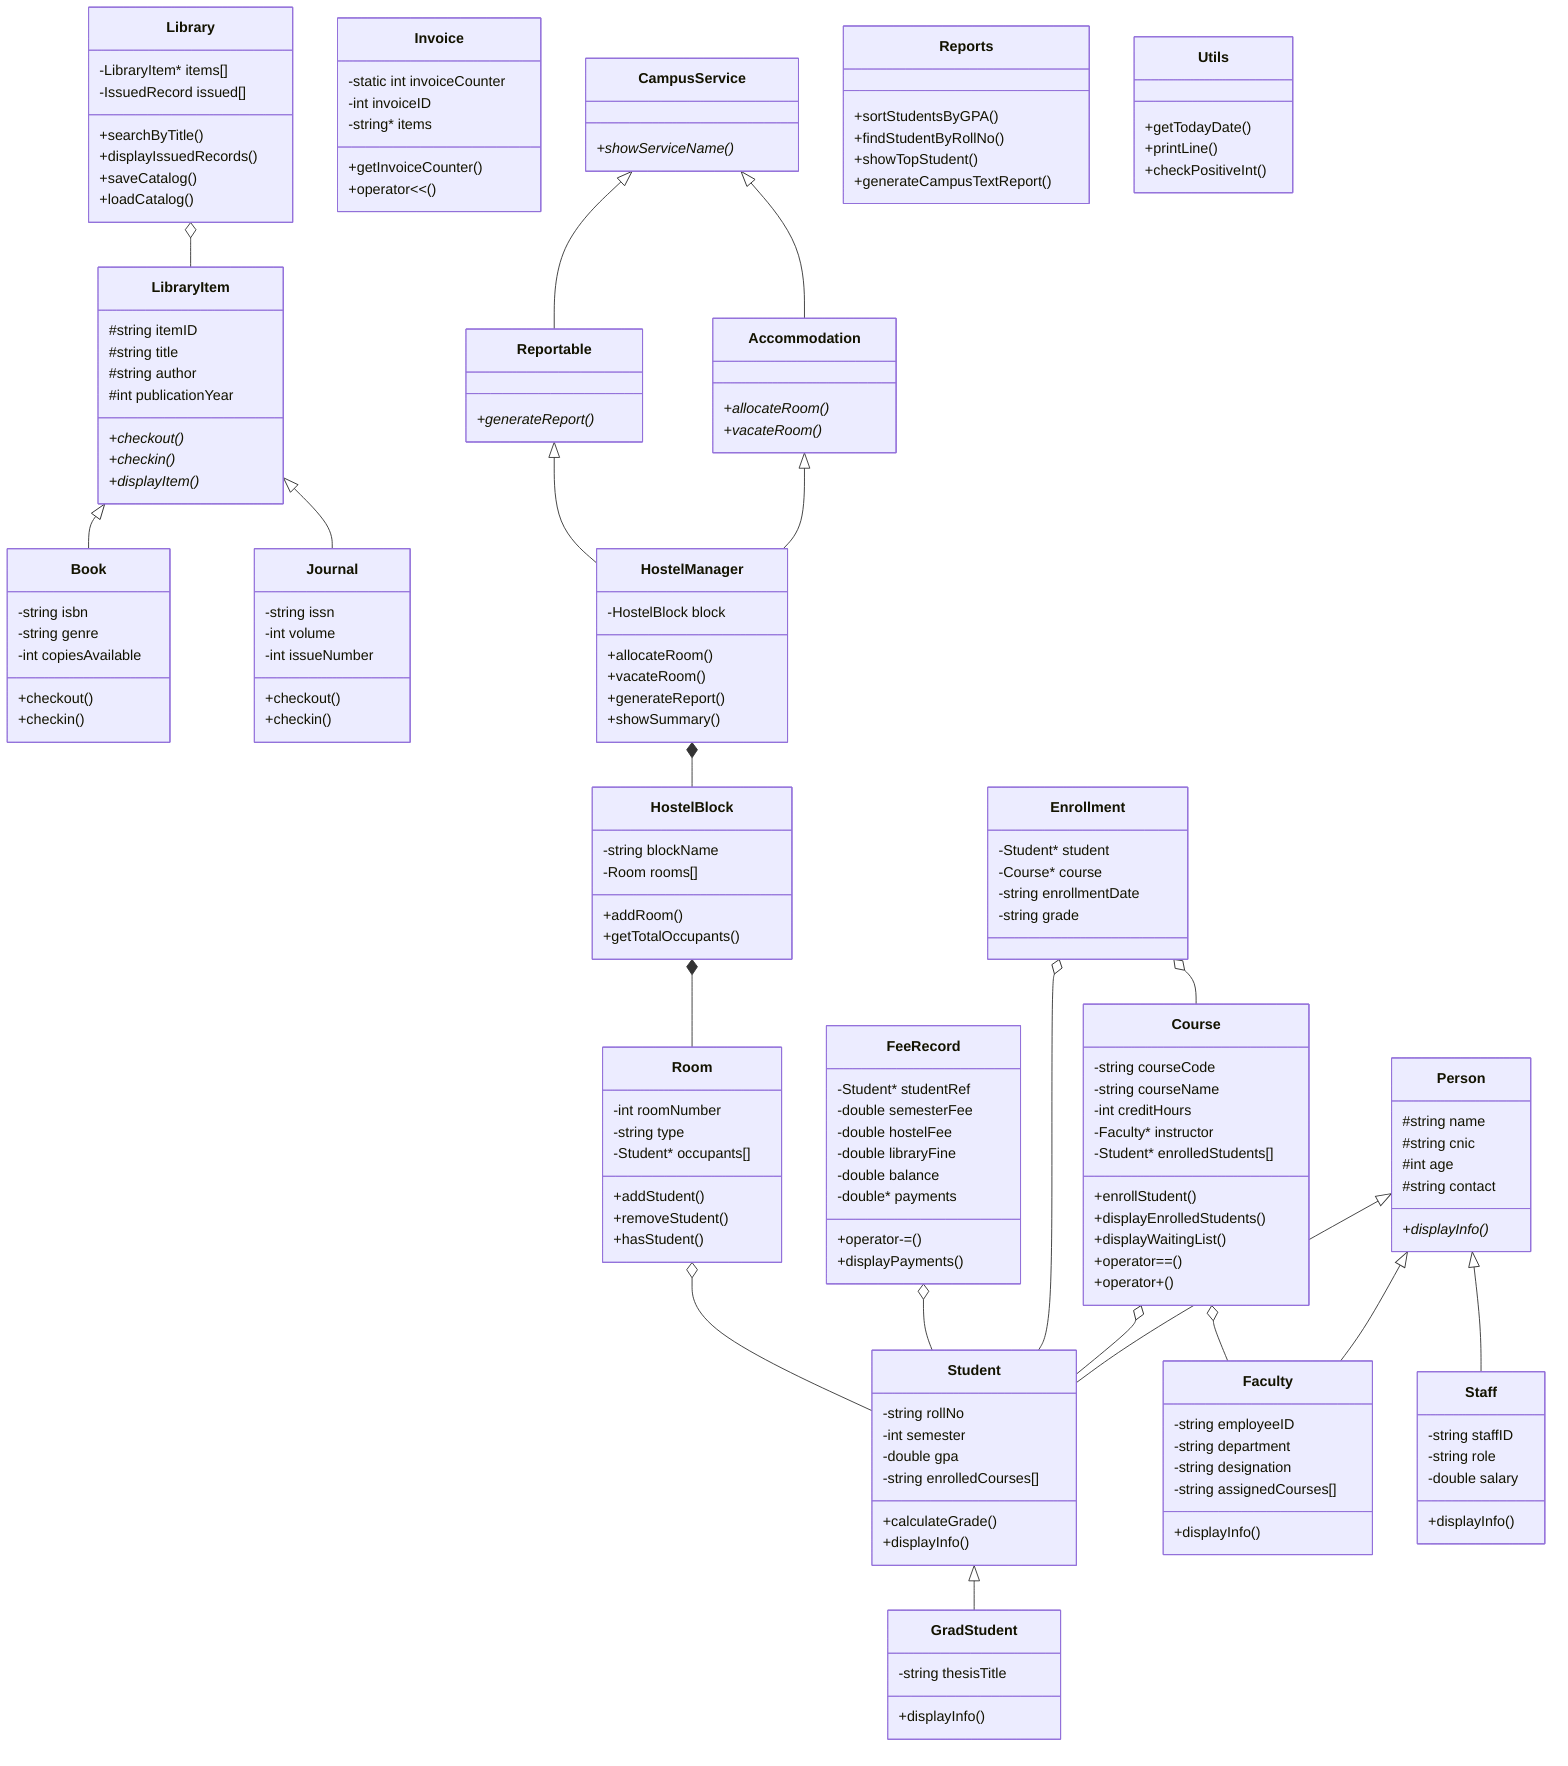
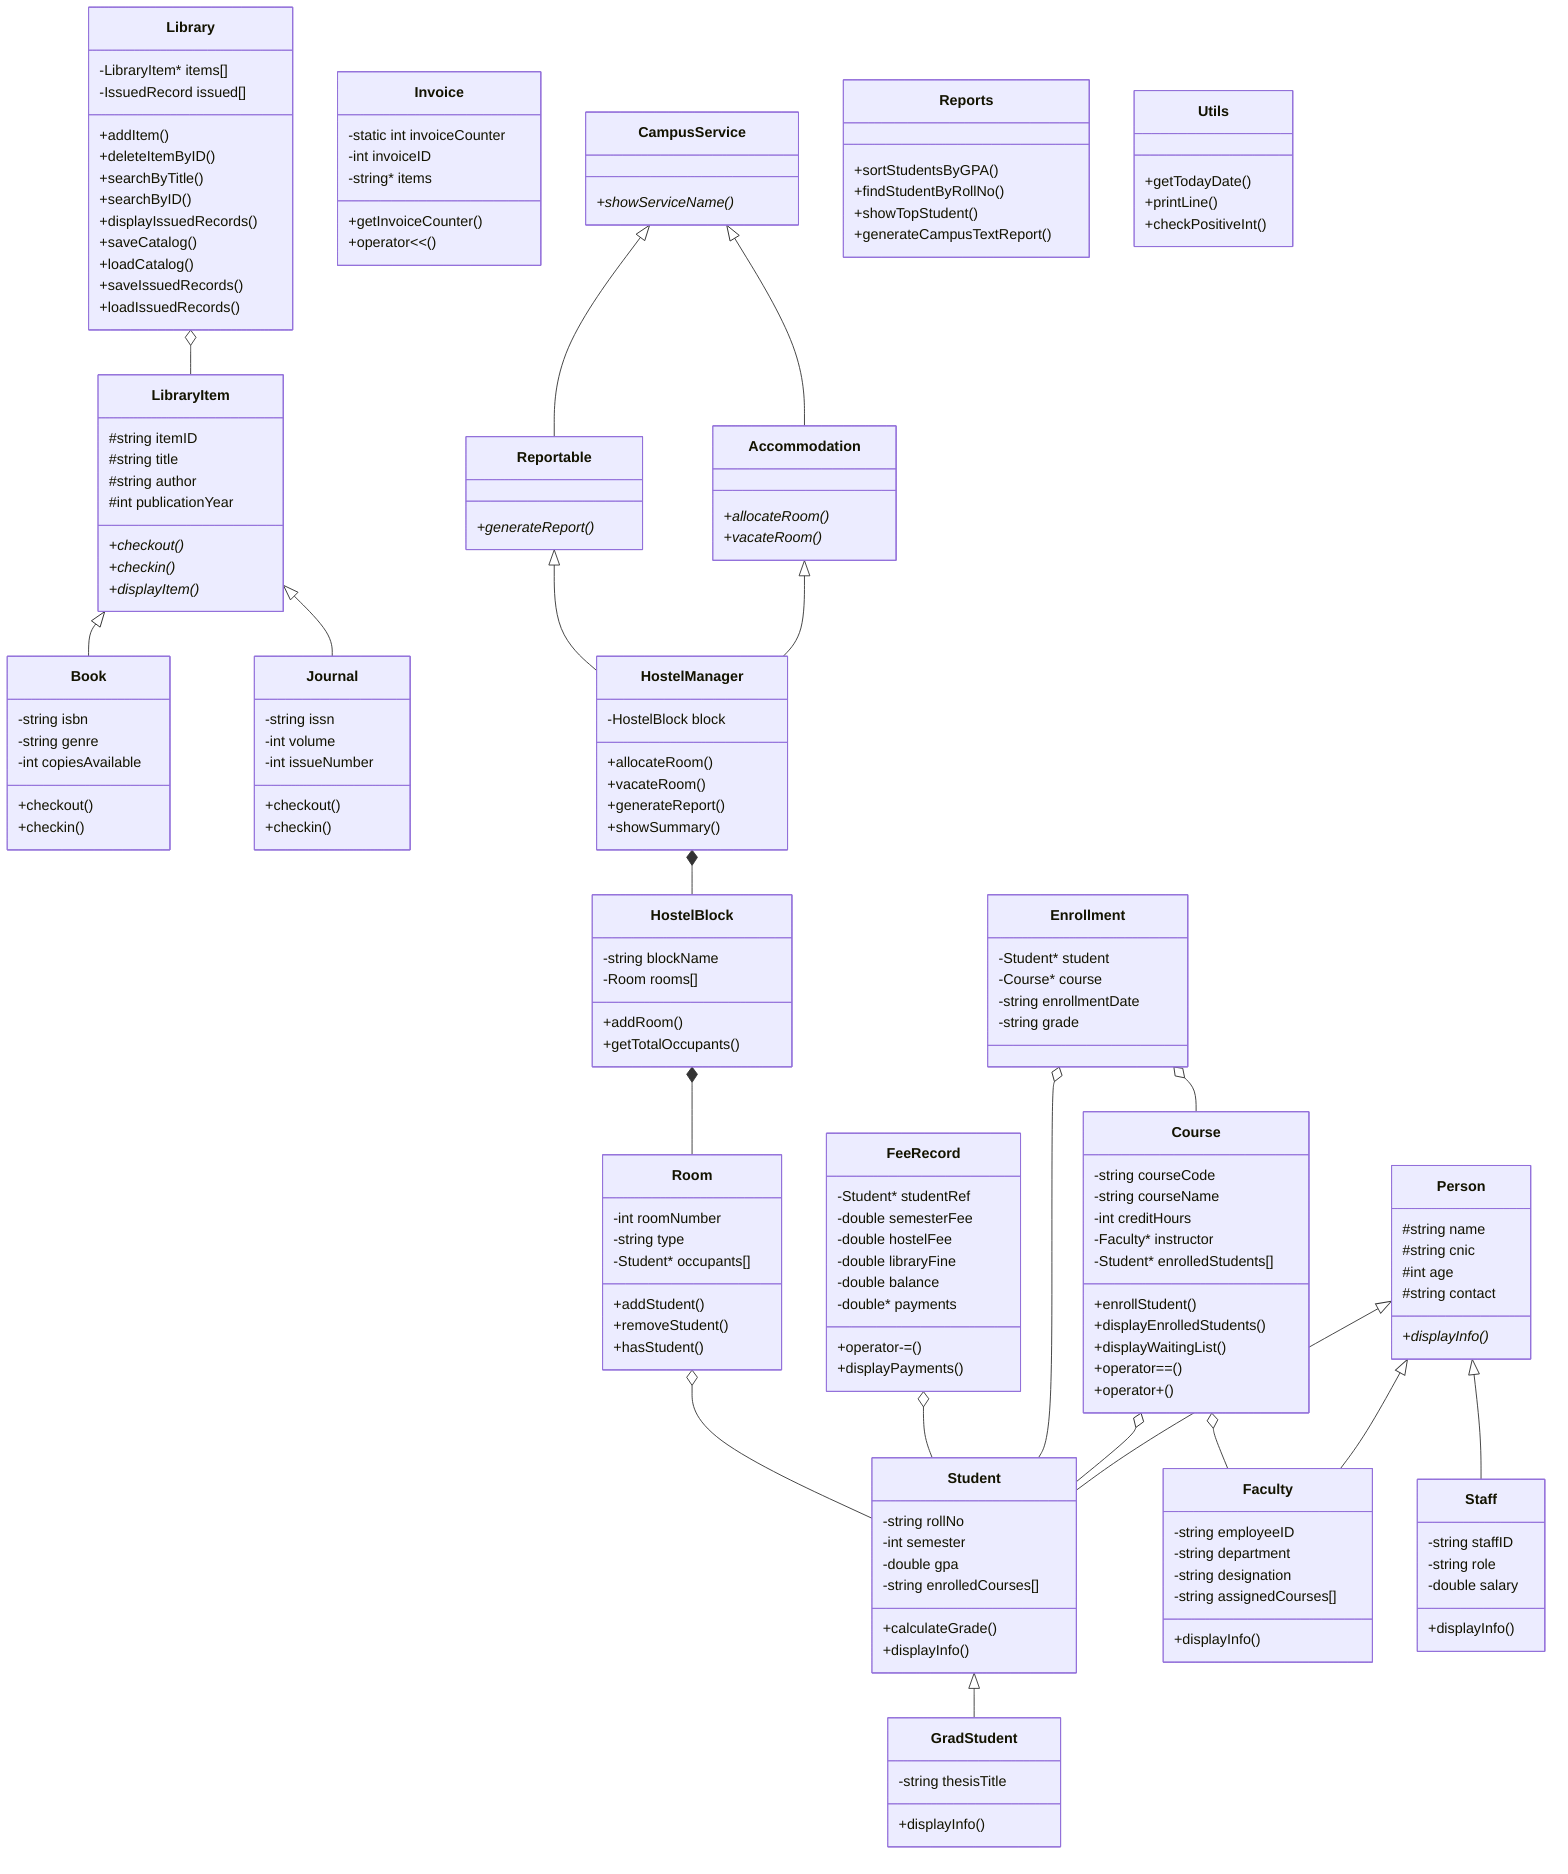
classDiagram
    class Person {
        #string name
        #string cnic
        #int age
        #string contact
        +displayInfo()*
    }

    class Student {
        -string rollNo
        -int semester
        -double gpa
        -string enrolledCourses[]
        +calculateGrade()
        +displayInfo()
    }

    class GradStudent {
        -string thesisTitle
        +displayInfo()
    }

    class Faculty {
        -string employeeID
        -string department
        -string designation
        -string assignedCourses[]
        +displayInfo()
    }

    class Staff {
        -string staffID
        -string role
        -double salary
        +displayInfo()
    }

    class Course {
        -string courseCode
        -string courseName
        -int creditHours
        -Faculty* instructor
        -Student* enrolledStudents[]
        +enrollStudent()
        +displayEnrolledStudents()
        +displayWaitingList()
        +operator==()
        +operator+()
    }

    class Enrollment {
        -Student* student
        -Course* course
        -string enrollmentDate
        -string grade
    }

    class LibraryItem {
        #string itemID
        #string title
        #string author
        #int publicationYear
        +checkout()*
        +checkin()*
        +displayItem()*
    }

    class Book {
        -string isbn
        -string genre
        -int copiesAvailable
        +checkout()
        +checkin()
    }

    class Journal {
        -string issn
        -int volume
        -int issueNumber
        +checkout()
        +checkin()
    }

    class Library {
        -LibraryItem* items[]
        -IssuedRecord issued[]
+         +addItem()
+         +deleteItemByID()
        +searchByTitle()
+         +searchByID()
        +displayIssuedRecords()
        +saveCatalog()
        +loadCatalog()
+         +saveIssuedRecords()
+         +loadIssuedRecords()
    }

    class FeeRecord {
        -Student* studentRef
        -double semesterFee
        -double hostelFee
        -double libraryFine
        -double balance
        -double* payments
        +operator-=()
        +displayPayments()
    }

    class Invoice {
        -static int invoiceCounter
        -int invoiceID
        -string* items
        +getInvoiceCounter()
        +operator<<()
    }

    class CampusService {
        +showServiceName()*
    }

    class Accommodation {
        +allocateRoom()*
        +vacateRoom()*
    }

    class Reportable {
        +generateReport()*
    }

    class Room {
        -int roomNumber
        -string type
        -Student* occupants[]
        +addStudent()
        +removeStudent()
        +hasStudent()
    }

    class HostelBlock {
        -string blockName
        -Room rooms[]
        +addRoom()
        +getTotalOccupants()
    }

    class HostelManager {
        -HostelBlock block
        +allocateRoom()
        +vacateRoom()
        +generateReport()
        +showSummary()
    }

    class Reports {
        +sortStudentsByGPA()
        +findStudentByRollNo()
        +showTopStudent()
        +generateCampusTextReport()
    }

    class Utils {
        +getTodayDate()
        +printLine()
        +checkPositiveInt()
    }

    Person <|-- Student
    Student <|-- GradStudent
    Person <|-- Faculty
    Person <|-- Staff
    Course o-- Faculty
    Course o-- Student
    Enrollment o-- Student
    Enrollment o-- Course
    LibraryItem <|-- Book
    LibraryItem <|-- Journal
    Library o-- LibraryItem
    FeeRecord o-- Student
    CampusService <|-- Accommodation
    CampusService <|-- Reportable
    Accommodation <|-- HostelManager
    Reportable <|-- HostelManager
    HostelManager *-- HostelBlock
    HostelBlock *-- Room
    Room o-- Student
